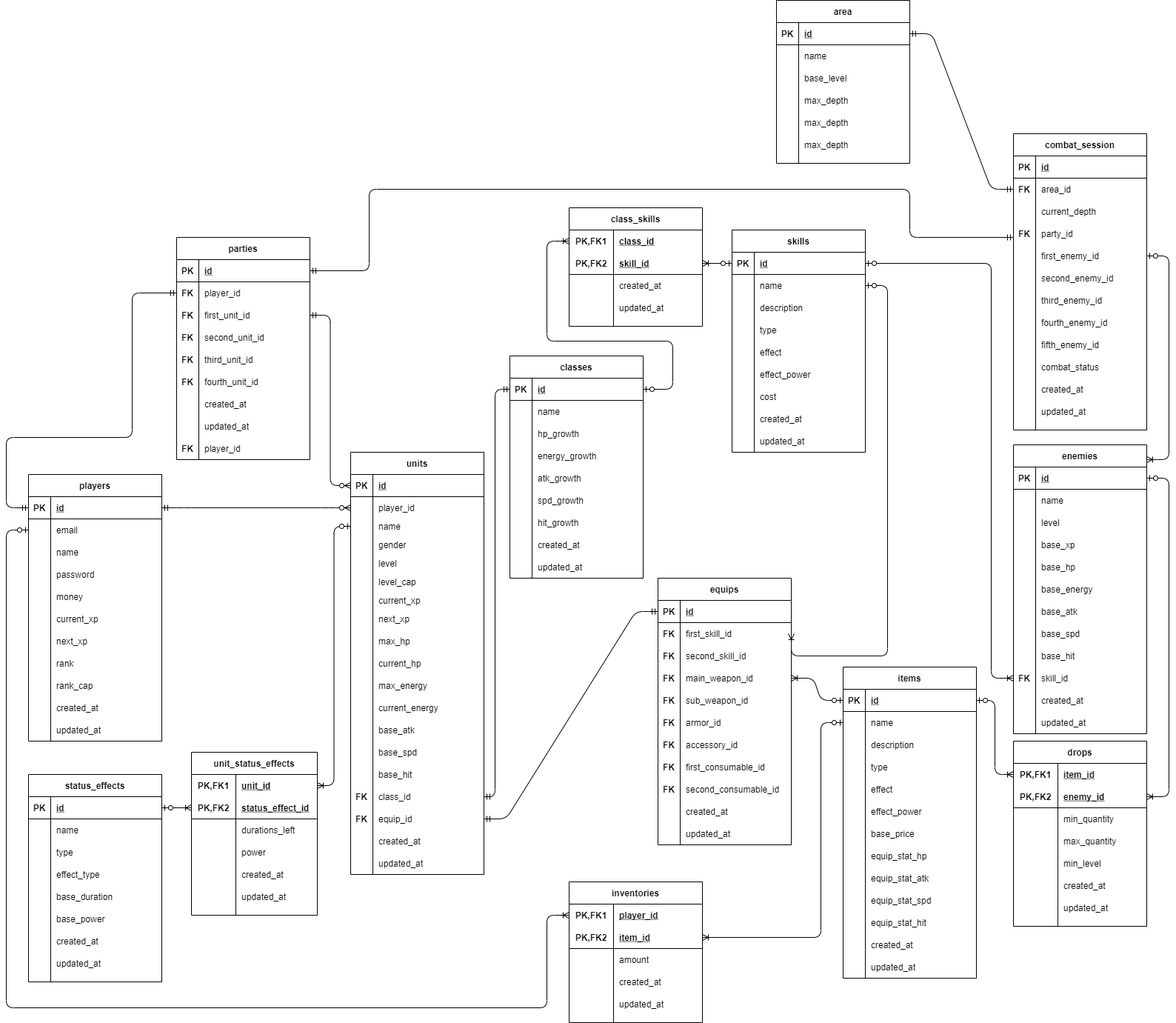
Before: docs/dg-explorer-erd.png, a diagram exported from draw.io (BudiartoSalim/ts-dg-explorer-server). Source tidied: cells renumbered, new cells last; positions are measured from the earlier drawing's top-left corner, leaving out a move shared by most shapes.
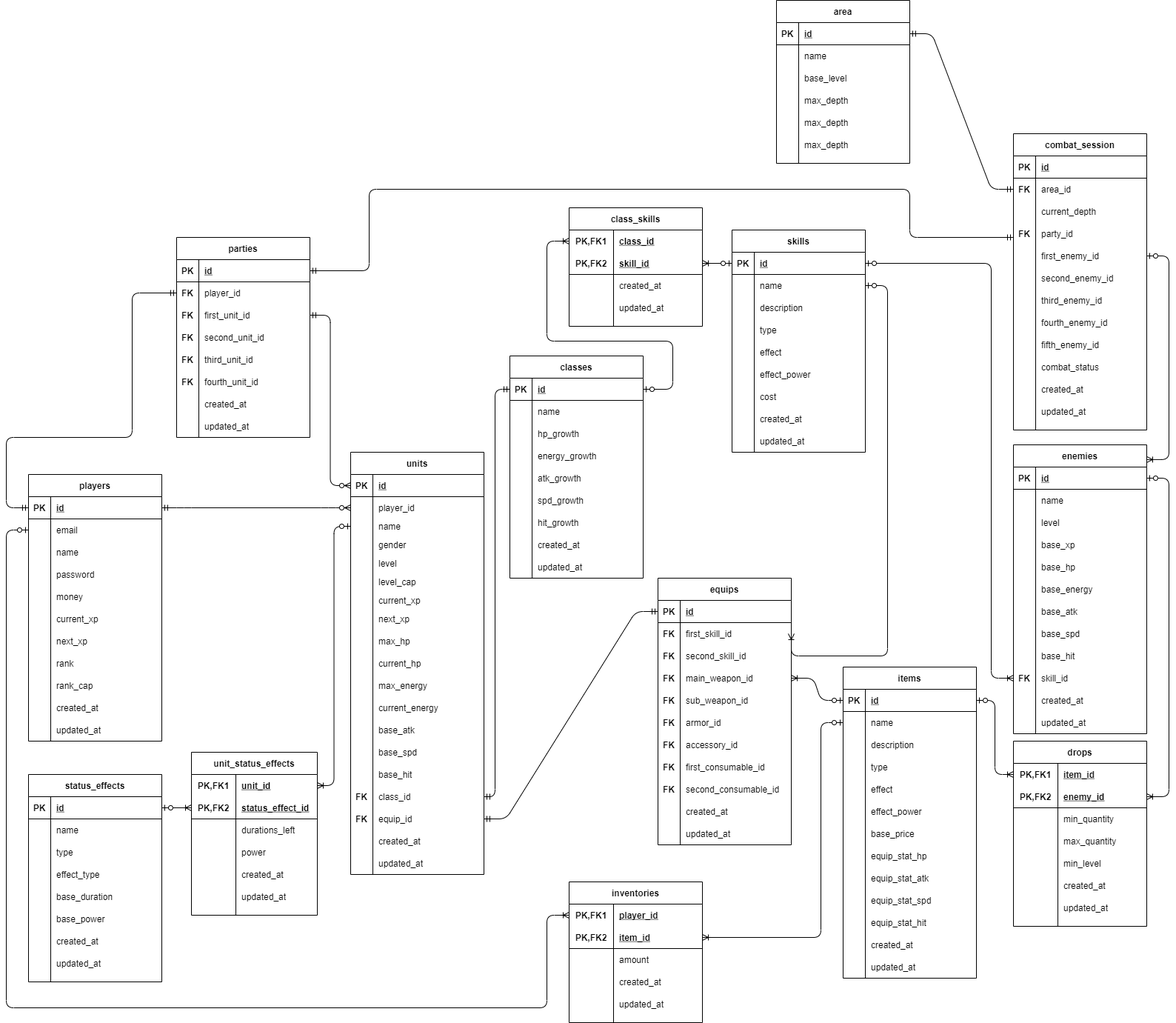
Later version of the same file.

Commit message:
fixed duplicate column on parties table schema

Change to the diagram source:
```diff
@@ -374,7 +374,7 @@
       </mxGeometry>
     </mxCell>
     <mxCell id="124" value="parties" style="shape=table;startSize=30;rowLines=0;fontStyle=1;align=center;" parent="1" vertex="1">
-      <mxGeometry x="230" y="320" width="180" height="300" as="geometry" />
+      <mxGeometry x="230" y="320" width="180" height="270" as="geometry" />
     </mxCell>
     <mxCell id="125" style="shape=partialRectangle;fillColor=none;top=0;left=0;bottom=1;right=0;points=[[0,0.5],[1,0.5]];portConstraint=eastwest;" parent="124" vertex="1">
       <mxGeometry y="30" width="180" height="30" as="geometry" />
@@ -448,15 +448,6 @@
     <mxCell id="148" value="updated_at" style="shape=partialRectangle;fillColor=none;top=0;left=0;bottom=0;right=0;align=left;spacingLeft=6;overflow=hidden;" parent="146" vertex="1">
       <mxGeometry x="30" width="150" height="30" as="geometry" />
     </mxCell>
-    <mxCell id="149" style="shape=partialRectangle;fillColor=none;top=0;left=0;bottom=0;right=0;" parent="124" vertex="1">
-      <mxGeometry y="270" width="180" height="30" as="geometry" />
-    </mxCell>
-    <mxCell id="150" value="FK" style="shape=partialRectangle;fillColor=none;top=0;left=0;bottom=0;right=0;overflow=hidden;fontStyle=1;" parent="149" vertex="1">
-      <mxGeometry width="30" height="30" as="geometry" />
-    </mxCell>
-    <mxCell id="151" value="player_id" style="shape=partialRectangle;fillColor=none;top=0;left=0;bottom=0;right=0;align=left;spacingLeft=6;overflow=hidden;" parent="149" vertex="1">
-      <mxGeometry x="30" width="150" height="30" as="geometry" />
-    </mxCell>
     <mxCell id="152" style="edgeStyle=orthogonalEdgeStyle;fontSize=12;html=1;endArrow=ERmandOne;startArrow=ERmandOne;exitX=0;exitY=0.5;exitDx=0;exitDy=0;entryX=0;entryY=0.5;entryDx=0;entryDy=0;" parent="1" edge="1" source="3" target="128">
       <mxGeometry relative="1" as="geometry">
         <Array as="points">
```
